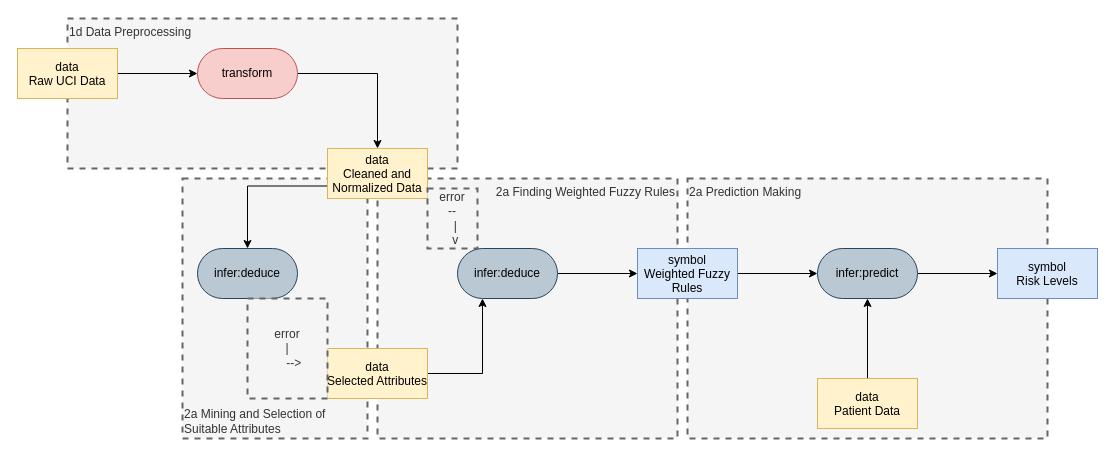
zonnesmit/thesis keeps this draw.io diagram as page "Page-1" (1 of 2) of medical patterns to boxologies/Rules Embedded in ML architecture (REML)/Clinical decision support system - Risk level prediction of heart disease using weighted fuzzy rules.drawio. Above is the earlier version. Source tidied: cells renumbered, new cells numbered last; positions are measured from the earlier drawing's top-left corner, leaving out a move shared by most shapes. Both pictures are drawn from the tidied source at 100%, with x=0, y=0 at pixel (17, 18).
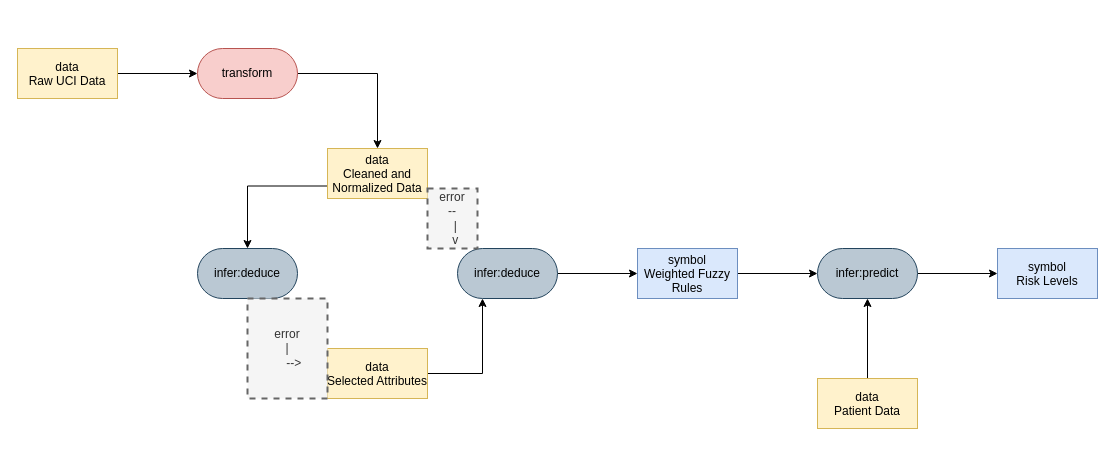
The same page after the edit.

The edit, as a diff of the source:
```diff
@@
-    <mxCell id="2" value="2a Prediction Making" style="text;html=1;align=left;verticalAlign=top;whiteSpace=wrap;rounded=0;dashed=1;fillColor=#f5f5f5;fontColor=#333333;strokeColor=#666666;strokeWidth=2;" parent="1" vertex="1">
-      <mxGeometry x="670" y="160" width="360" height="260" as="geometry" />
-    </mxCell>
-    <mxCell id="3" value="2a Finding Weighted Fuzzy Rules" style="text;html=1;align=right;verticalAlign=top;whiteSpace=wrap;rounded=0;dashed=1;fillColor=#f5f5f5;fontColor=#333333;strokeColor=#666666;strokeWidth=2;" parent="1" vertex="1">
-      <mxGeometry x="360" y="160" width="300" height="260" as="geometry" />
-    </mxCell>
-    <mxCell id="4" value="2a Mining and Selection of Suitable Attributes" style="text;html=1;align=left;verticalAlign=bottom;whiteSpace=wrap;rounded=0;dashed=1;fillColor=#f5f5f5;fontColor=#333333;strokeColor=#666666;strokeWidth=2;" parent="1" vertex="1">
-      <mxGeometry x="165" y="160" width="185" height="260" as="geometry" />
-    </mxCell>
-    <mxCell id="5" value="1d Data Preprocessing" style="text;html=1;align=left;verticalAlign=top;whiteSpace=wrap;rounded=0;dashed=1;fillColor=#f5f5f5;fontColor=#333333;strokeColor=#666666;strokeWidth=2;" parent="1" vertex="1">
-      <mxGeometry x="50" width="390" height="150" as="geometry" />
-    </mxCell>
```
